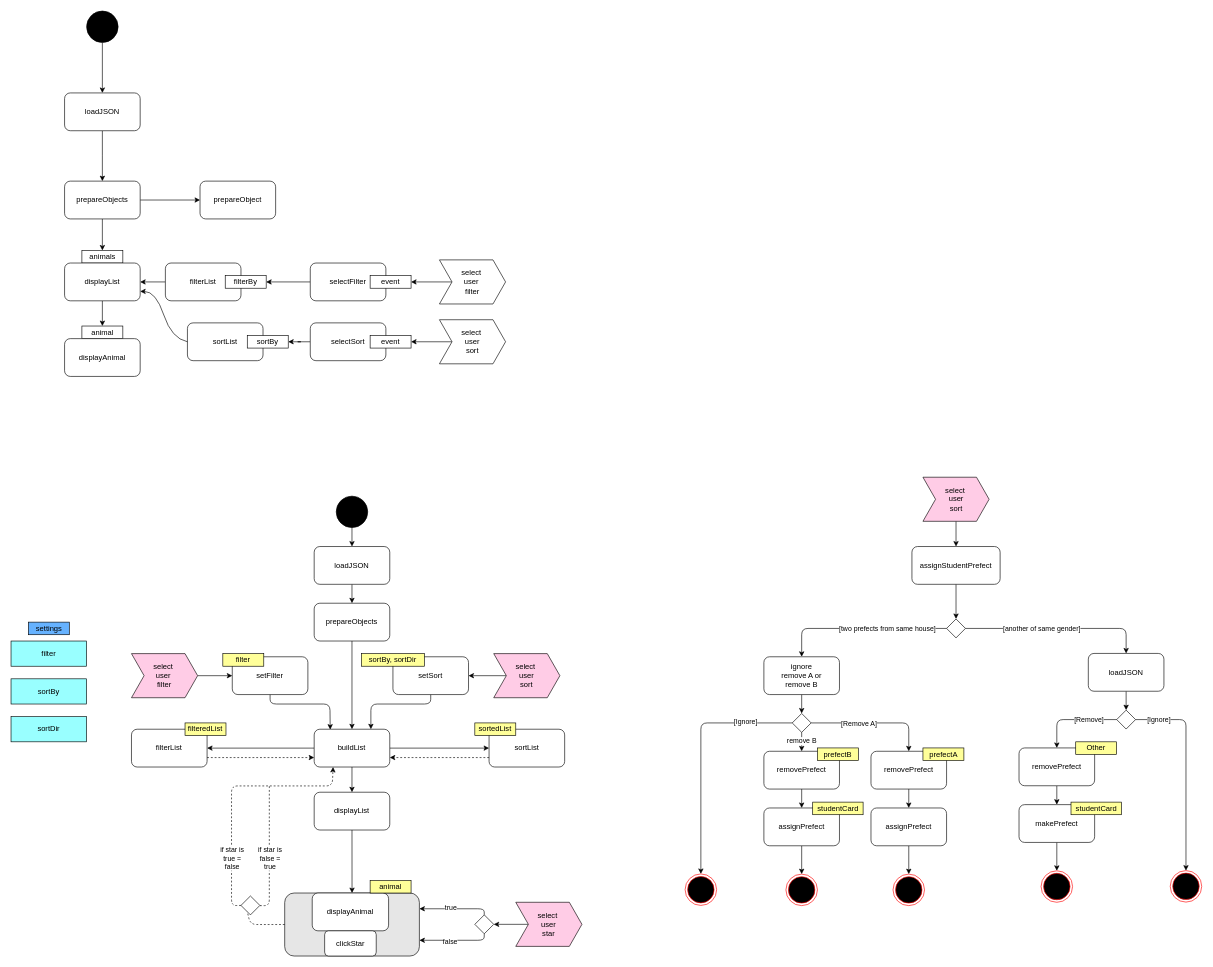
Before: filter_and_sorting.drawio in TheFred94/hacked_hogwarts_student_list, a draw.io diagram. Source tidied: cells renumbered, new cells numbered last; positions are measured from the earlier drawing's top-left corner, leaving out a move shared by most shapes. Both pictures are drawn from the tidied source at 63%, with x=0, y=0 at pixel (11, 11).
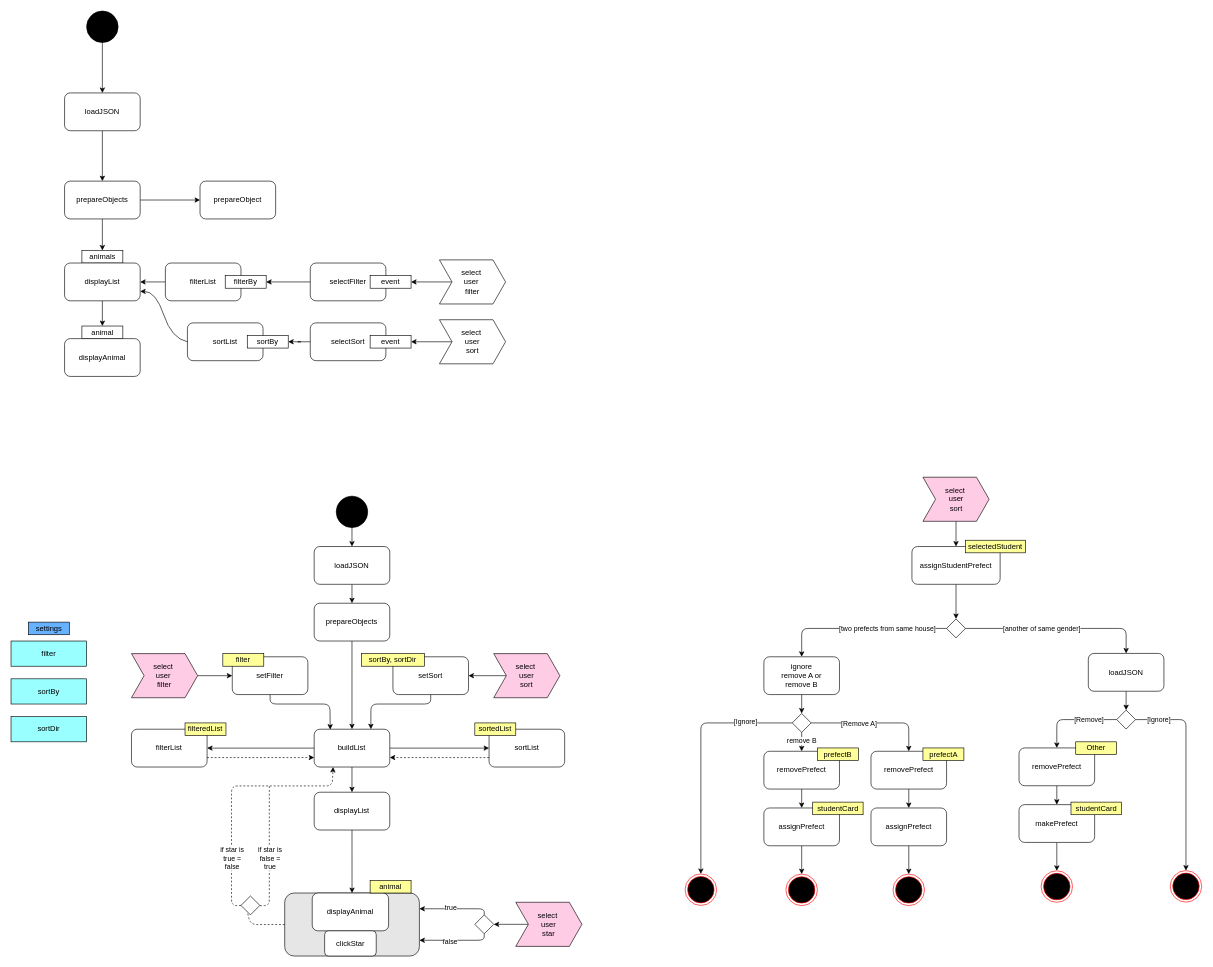
The same page after the edit.

Commit message (it also covers changes not shown here):
changes to diagram and styles

Change to the diagram source:
```diff
@@
+    <mxCell id="127" value="selectedStudent" style="rounded=0;whiteSpace=wrap;html=1;fillColor=#FFFF99;" parent="1" vertex="1">
+      <mxGeometry x="1515" y="840" width="95" height="20" as="geometry" />
+    </mxCell>
```
